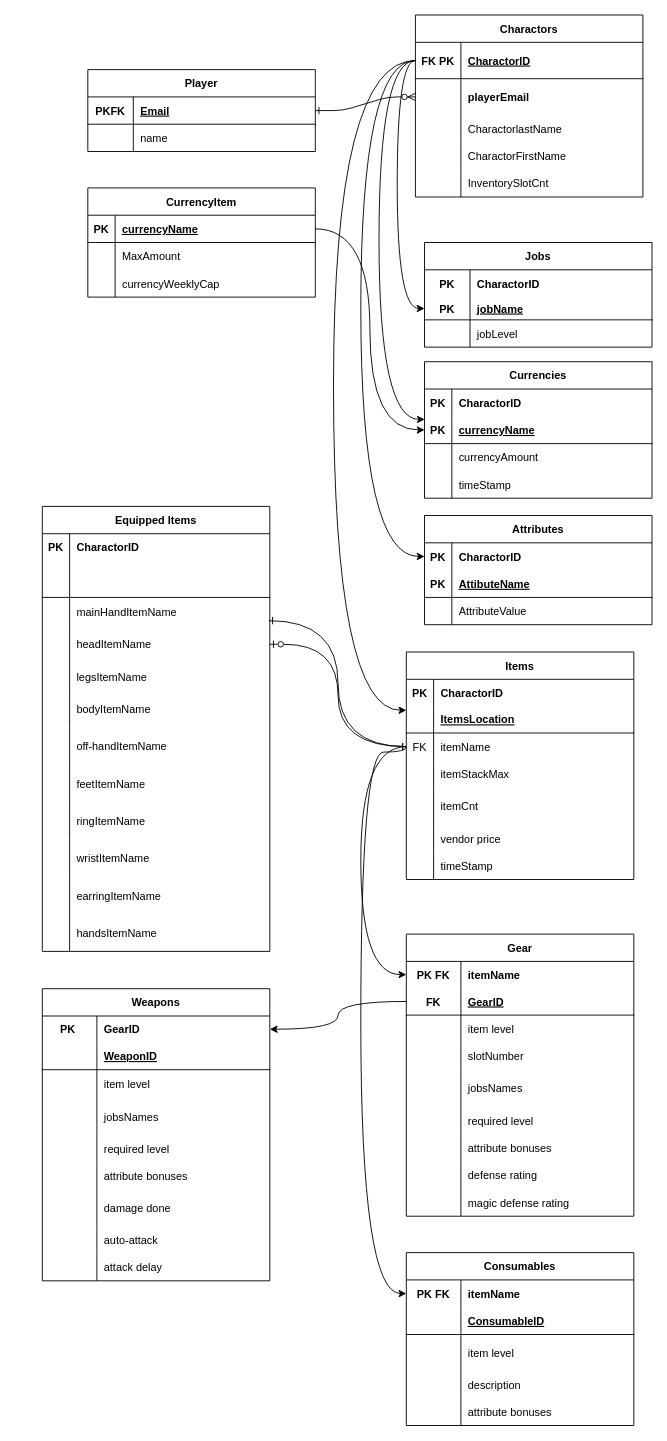
Before: HWUntitled Diagram.drawio in ifffShang/5800-hw2, a draw.io diagram. Source tidied: cells renumbered, new cells numbered last; positions are measured from the earlier drawing's top-left corner, leaving out a move shared by most shapes. Both pictures are drawn from the tidied source at 91%, with x=0, y=0 at pixel (42, 15).
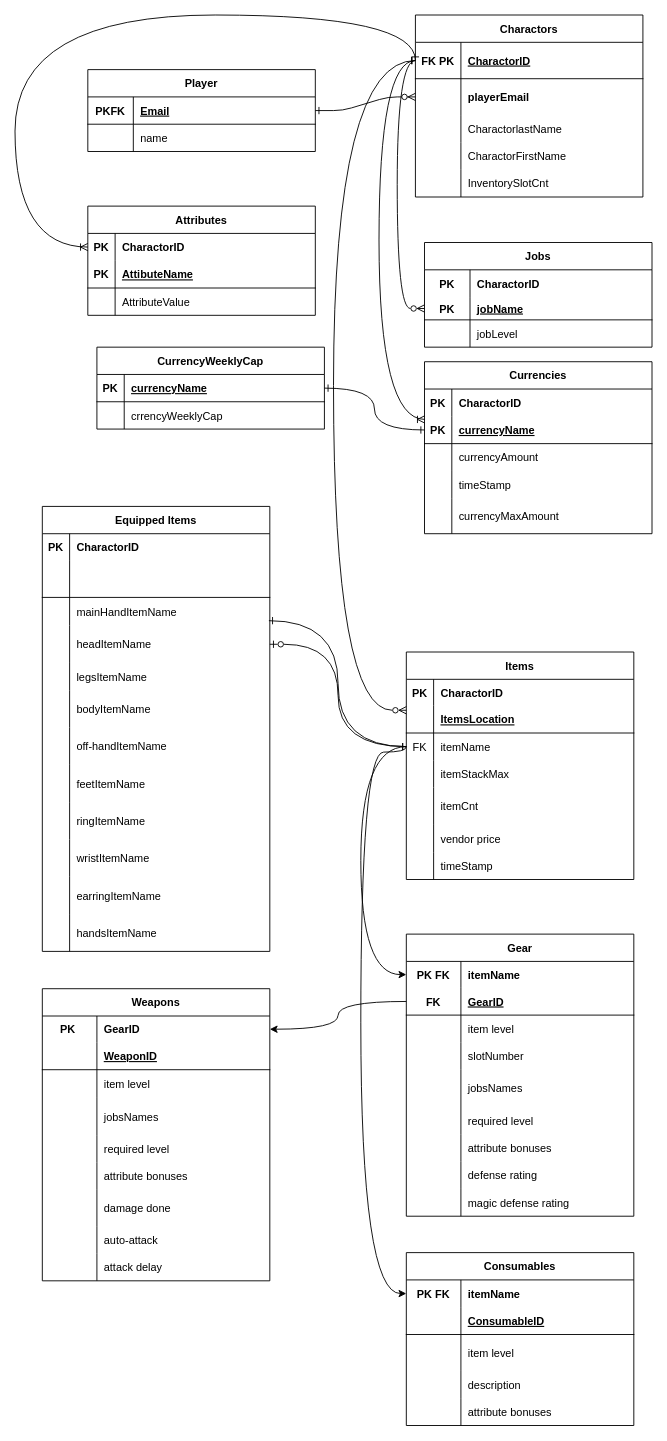
The same diagram, later.

Unchanged cells that the change refers to:
```xml
<mxCell id="6" style="shape=partialRectangle;fillColor=none;points=[[0,0.5],[1,0.5]];portConstraint=eastwest;top=0;left=0;right=0;bottom=1;" parent="2" vertex="1">
  <mxGeometry y="59" width="250" height="30" as="geometry" />
</mxCell>
<mxCell id="26" style="shape=partialRectangle;fillColor=none;points=[[0,0.5],[1,0.5]];portConstraint=eastwest;top=0;left=0;right=0;bottom=1;" parent="25" vertex="1">
  <mxGeometry y="30" width="250" height="40" as="geometry" />
</mxCell>
<mxCell id="45" style="shape=partialRectangle;fillColor=none;points=[[0,0.5],[1,0.5]];portConstraint=eastwest;top=0;left=0;right=0;bottom=1;" parent="41" vertex="1">
  <mxGeometry y="60" width="250" height="25" as="geometry" />
</mxCell>
<mxCell id="62" style="shape=partialRectangle;fillColor=none;points=[[0,0.5],[1,0.5]];portConstraint=eastwest;top=0;left=0;right=0;bottom=1;" parent="58" vertex="1">
  <mxGeometry y="60" width="250" height="30" as="geometry" />
</mxCell>
<mxCell id="162" style="shape=partialRectangle;fillColor=none;points=[[0,0.5],[1,0.5]];portConstraint=eastwest;top=0;left=0;right=0;bottom=0;fontStyle=1;" parent="161" vertex="1">
  <mxGeometry y="30" width="250" height="30" as="geometry" />
</mxCell>
```

Diff of the diagram source:
```diff
@@
     <mxCell id="58" value="Currencies" style="shape=table;startSize=30;childLayout=tableLayout;rowLines=0;fontStyle=1;align=center;" parent="1" vertex="1">
-      <mxGeometry x="420" y="381" width="250" height="150" as="geometry" />
+      <mxGeometry x="420" y="381" width="250" height="189" as="geometry" />
     </mxCell>
@@
-    <mxCell id="71" value="CurrencyItem" style="shape=table;startSize=30;childLayout=tableLayout;rowLines=0;fontStyle=1;align=center;" parent="1" vertex="1">
-      <mxGeometry x="50" y="190" width="250" height="120" as="geometry" />
-    </mxCell>
-    <mxCell id="72" style="shape=partialRectangle;fillColor=none;points=[[0,0.5],[1,0.5]];portConstraint=eastwest;top=0;left=0;right=0;bottom=1;" parent="71" vertex="1">
-      <mxGeometry y="30" width="250" height="30" as="geometry" />
-    </mxCell>
-    <mxCell id="73" value="PK" style="shape=partialRectangle;overflow=hidden;fillColor=none;top=0;left=0;bottom=0;right=0;fontStyle=1;" parent="72" vertex="1">
-      <mxGeometry width="30" height="30" as="geometry" />
-    </mxCell>
-    <mxCell id="74" value="currencyName" style="shape=partialRectangle;overflow=hidden;fillColor=none;top=0;left=0;bottom=0;right=0;align=left;spacingLeft=6;fontStyle=5;" parent="72" vertex="1">
-      <mxGeometry x="30" width="220" height="30" as="geometry" />
-    </mxCell>
-    <mxCell id="75" style="shape=partialRectangle;fillColor=none;top=0;left=0;right=0;bottom=0;" parent="71" vertex="1">
-      <mxGeometry y="60" width="250" height="30" as="geometry" />
-    </mxCell>
-    <mxCell id="76" style="shape=partialRectangle;overflow=hidden;fillColor=none;top=0;left=0;bottom=0;right=0;" parent="75" vertex="1">
-      <mxGeometry width="30" height="30" as="geometry" />
-    </mxCell>
-    <mxCell id="77" value="MaxAmount" style="shape=partialRectangle;overflow=hidden;fillColor=none;top=0;left=0;bottom=0;right=0;align=left;spacingLeft=6;" parent="75" vertex="1">
-      <mxGeometry x="30" width="220" height="30" as="geometry" />
-    </mxCell>
-    <mxCell id="78" style="shape=partialRectangle;fillColor=none;top=0;left=0;right=0;bottom=0;" parent="71" vertex="1">
-      <mxGeometry y="90" width="250" height="30" as="geometry" />
-    </mxCell>
-    <mxCell id="79" style="shape=partialRectangle;overflow=hidden;fillColor=none;top=0;left=0;bottom=0;right=0;" parent="78" vertex="1">
-      <mxGeometry width="30" height="30" as="geometry" />
-    </mxCell>
-    <mxCell id="80" value="currencyWeeklyCap" style="shape=partialRectangle;overflow=hidden;fillColor=none;top=0;left=0;bottom=0;right=0;align=left;spacingLeft=6;" parent="78" vertex="1">
-      <mxGeometry x="30" width="220" height="30" as="geometry" />
-    </mxCell>
-    <mxCell id="81" style="edgeStyle=orthogonalEdgeStyle;rounded=0;jettySize=auto;html=1;exitX=1;exitY=0.5;exitDx=0;exitDy=0;entryX=0;entryY=0.5;entryDx=0;entryDy=0;curved=1;" parent="1" edge="1" source="72" target="62">
-      <mxGeometry relative="1" as="geometry" />
-    </mxCell>
+    <mxCell id="210" style="shape=partialRectangle;fillColor=none;top=0;left=0;right=0;bottom=0;" parent="58" vertex="1">
+      <mxGeometry y="150" width="250" height="39" as="geometry" />
+    </mxCell>
+    <mxCell id="211" style="shape=partialRectangle;overflow=hidden;fillColor=none;top=0;left=0;bottom=0;right=0;" parent="210" vertex="1">
+      <mxGeometry width="30" height="39" as="geometry" />
+    </mxCell>
+    <mxCell id="212" value="currencyMaxAmount" style="shape=partialRectangle;overflow=hidden;fillColor=none;top=0;left=0;bottom=0;right=0;align=left;spacingLeft=6;" parent="210" vertex="1">
+      <mxGeometry x="30" width="220" height="39" as="geometry" />
+    </mxCell>
-    <mxCell id="82" style="edgeStyle=orthogonalEdgeStyle;rounded=0;jettySize=auto;html=1;exitX=0;exitY=0.5;exitDx=0;exitDy=0;entryX=0;entryY=0.5;entryDx=0;entryDy=0;curved=1;" parent="1" edge="1" source="26" target="45">
+    <mxCell id="82" style="edgeStyle=orthogonalEdgeStyle;rounded=0;jettySize=auto;html=1;exitX=0;exitY=0.5;exitDx=0;exitDy=0;entryX=0;entryY=0.5;entryDx=0;entryDy=0;curved=1;startArrow=ERone;startFill=0;endArrow=ERzeroToMany;endFill=0;" parent="1" edge="1" source="26" target="45">
       <mxGeometry relative="1" as="geometry" />
     </mxCell>
-    <mxCell id="83" style="edgeStyle=orthogonalEdgeStyle;rounded=0;jettySize=auto;html=1;exitX=0;exitY=0.5;exitDx=0;exitDy=0;entryX=0.001;entryY=0.113;entryDx=0;entryDy=0;entryPerimeter=0;curved=1;" parent="1" edge="1" source="26" target="62">
+    <mxCell id="83" style="edgeStyle=orthogonalEdgeStyle;rounded=0;jettySize=auto;html=1;exitX=0;exitY=0.5;exitDx=0;exitDy=0;entryX=0.001;entryY=0.113;entryDx=0;entryDy=0;entryPerimeter=0;curved=1;startArrow=ERone;startFill=0;endArrow=ERoneToMany;endFill=0;" parent="1" edge="1" source="26" target="62">
       <mxGeometry relative="1" as="geometry">
         <Array as="points">
           <mxPoint x="370" y="50" />
           <mxPoint x="370" y="444" />
         </Array>
       </mxGeometry>
     </mxCell>
-    <mxCell id="84" style="edgeStyle=orthogonalEdgeStyle;rounded=0;jettySize=auto;html=1;exitX=0;exitY=0.5;exitDx=0;exitDy=0;entryX=0;entryY=0.167;entryDx=0;entryDy=0;curved=1;entryPerimeter=0;" parent="1" edge="1" source="26" target="6">
+    <mxCell id="84" style="edgeStyle=orthogonalEdgeStyle;rounded=0;jettySize=auto;html=1;exitX=0;exitY=0.5;exitDx=0;exitDy=0;entryX=0;entryY=0.167;entryDx=0;entryDy=0;curved=1;entryPerimeter=0;startArrow=ERone;startFill=0;endArrow=ERzeroToMany;endFill=0;" parent="1" edge="1" source="26" target="6">
       <mxGeometry relative="1" as="geometry">
         <Array as="points">
           <mxPoint x="320" y="50" />
           <mxPoint x="320" y="764" />
         </Array>
       </mxGeometry>
     </mxCell>
@@
     <mxCell id="161" value="Attributes" style="shape=table;startSize=30;childLayout=tableLayout;rowLines=0;fontStyle=1;align=center;" parent="1" vertex="1">
-      <mxGeometry x="420" y="550" width="250" height="120" as="geometry" />
+      <mxGeometry x="50" y="210" width="250" height="120" as="geometry" />
     </mxCell>
@@
-    <mxCell id="171" style="edgeStyle=orthogonalEdgeStyle;rounded=0;jettySize=auto;html=1;exitX=0;exitY=0.5;exitDx=0;exitDy=0;entryX=0;entryY=0.5;entryDx=0;entryDy=0;curved=1;" parent="1" edge="1" source="26" target="162">
+    <mxCell id="171" style="edgeStyle=orthogonalEdgeStyle;rounded=0;jettySize=auto;html=1;exitX=0;exitY=0.5;exitDx=0;exitDy=0;entryX=0;entryY=0.5;entryDx=0;entryDy=0;curved=1;startArrow=ERone;startFill=0;endArrow=ERoneToMany;endFill=0;" parent="1" edge="1" source="26" target="162">
       <mxGeometry relative="1" as="geometry">
         <Array as="points">
-          <mxPoint x="350" y="50" />
-          <mxPoint x="350" y="595" />
+          <mxPoint x="410" />
+          <mxPoint x="-30" />
+          <mxPoint x="-30" y="255" />
         </Array>
       </mxGeometry>
     </mxCell>
@@
+    <mxCell id="213" value="CurrencyWeeklyCap" style="shape=table;startSize=30;childLayout=tableLayout;rowLines=0;fontStyle=1;align=center;" parent="1" vertex="1">
+      <mxGeometry x="60" y="365" width="250" height="90" as="geometry" />
+    </mxCell>
+    <mxCell id="72" style="shape=partialRectangle;fillColor=none;points=[[0,0.5],[1,0.5]];portConstraint=eastwest;top=0;left=0;right=0;bottom=1;" parent="213" vertex="1">
+      <mxGeometry y="30" width="250" height="30" as="geometry" />
+    </mxCell>
+    <mxCell id="73" value="PK" style="shape=partialRectangle;overflow=hidden;fillColor=none;top=0;left=0;bottom=0;right=0;fontStyle=1;" parent="72" vertex="1">
+      <mxGeometry width="30" height="30" as="geometry" />
+    </mxCell>
+    <mxCell id="74" value="currencyName" style="shape=partialRectangle;overflow=hidden;fillColor=none;top=0;left=0;bottom=0;right=0;align=left;spacingLeft=6;fontStyle=5;" parent="72" vertex="1">
+      <mxGeometry x="30" width="220" height="30" as="geometry" />
+    </mxCell>
+    <mxCell id="75" style="shape=partialRectangle;fillColor=none;top=0;left=0;right=0;bottom=0;" parent="213" vertex="1">
+      <mxGeometry y="60" width="250" height="30" as="geometry" />
+    </mxCell>
+    <mxCell id="214" style="shape=partialRectangle;overflow=hidden;fillColor=none;top=0;left=0;bottom=0;right=0;" parent="75" vertex="1">
+      <mxGeometry width="30" height="30" as="geometry" />
+    </mxCell>
+    <mxCell id="215" value="crrencyWeeklyCap" style="shape=partialRectangle;overflow=hidden;fillColor=none;top=0;left=0;bottom=0;right=0;align=left;spacingLeft=6;" parent="75" vertex="1">
+      <mxGeometry x="30" width="220" height="30" as="geometry" />
+    </mxCell>
+    <mxCell id="216" style="edgeStyle=orthogonalEdgeStyle;rounded=0;jettySize=auto;html=1;exitX=0;exitY=0.5;exitDx=0;exitDy=0;entryX=1;entryY=0.5;entryDx=0;entryDy=0;endArrow=ERone;endFill=0;startArrow=ERone;startFill=0;curved=1;" parent="1" edge="1" source="62" target="213">
+      <mxGeometry relative="1" as="geometry" />
+    </mxCell>
```
